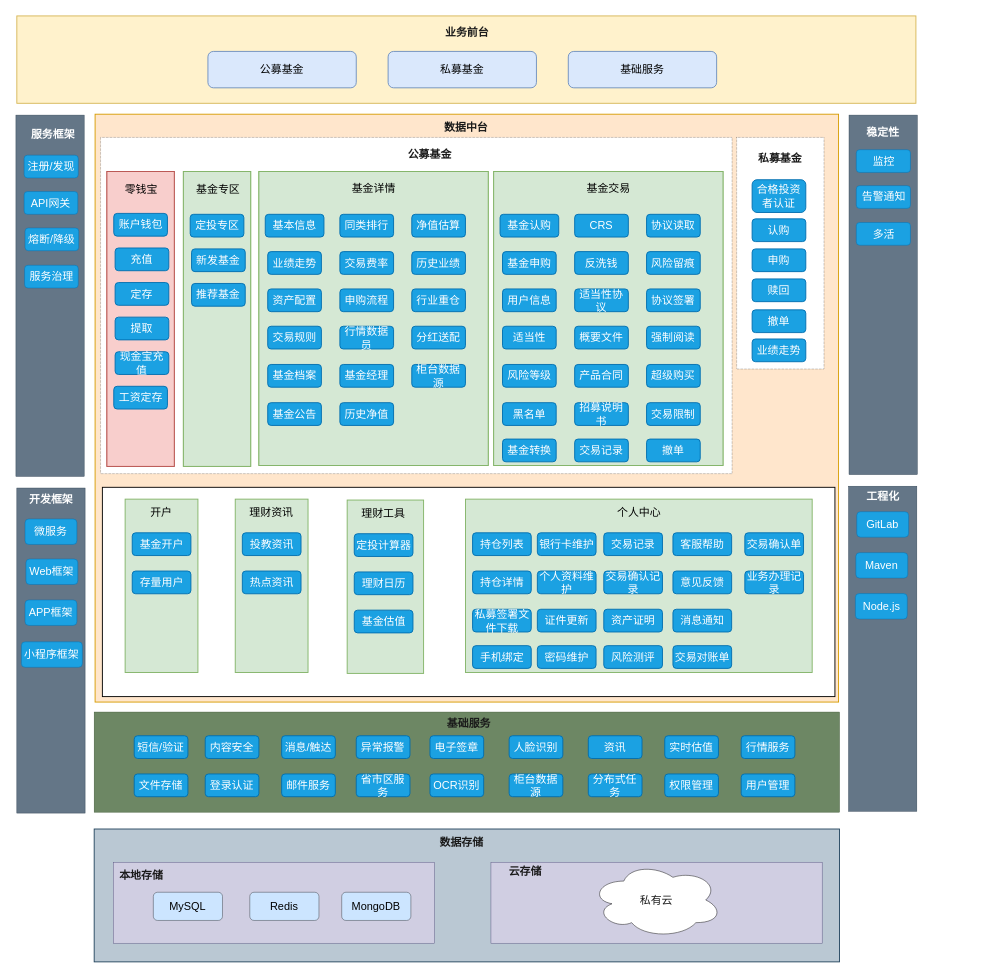
Earlier version of the draw.io diagram 微信财富公众号系统-总体架构.drawio (ammengke/my-drawio). Source tidied: cells renumbered, new cells numbered last; positions are measured from the earlier drawing's top-left corner, leaving out a move shared by most shapes. Both pictures are drawn from the tidied source at 91%, with x=0, y=0 at pixel (15, 15).
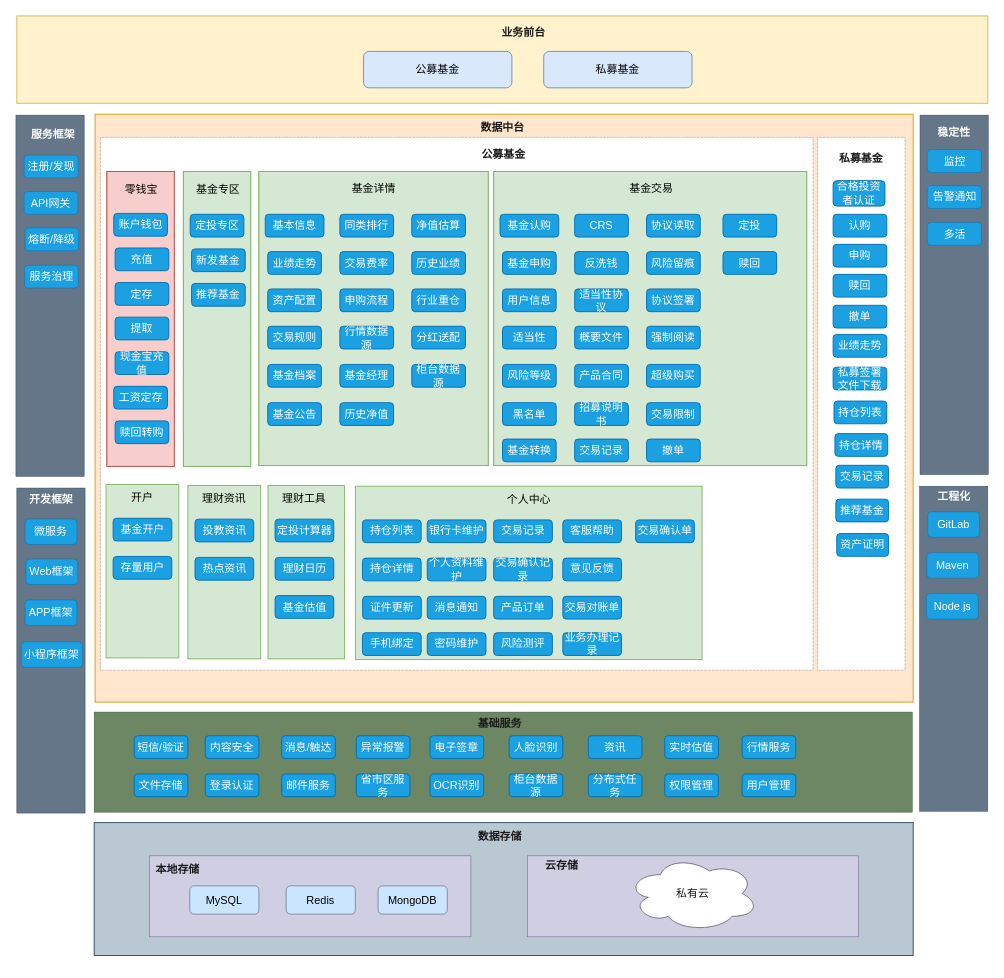
After the change.

Commit message:
更新微信财富公众号系统-总体架构.drawio

Unchanged cells that the change refers to:
```xml
<mxCell id="64" style="group;fillColor=#f8cecc;strokeColor=#b85450;" parent="1" vertex="1">
  <mxGeometry x="100" y="171" width="74" height="324" as="geometry" />
</mxCell>
<mxCell id="79" style="group;fillColor=#d5e8d4;strokeColor=#82b366;" parent="1" vertex="1">
  <mxGeometry x="267" y="171" width="252" height="323" as="geometry" />
</mxCell>
```

Change to the diagram source:
```diff
@@
     <mxCell id="2" style="rounded=0;whiteSpace=wrap;html=1;fillColor=#bac8d3;strokeColor=#23445d;" parent="1" vertex="1">
-      <mxGeometry x="86" y="893.5" width="819" height="146" as="geometry" />
+      <mxGeometry x="86" y="886.5" width="900" height="146" as="geometry" />
     </mxCell>
     <mxCell id="3" style="rounded=0;whiteSpace=wrap;html=1;fillColor=#fff2cc;strokeColor=#d6b656;" parent="1" vertex="1">
-      <mxGeometry x="1" width="988" height="96" as="geometry" />
+      <mxGeometry x="1" width="1067" height="96" as="geometry" />
     </mxCell>
     <mxCell id="4" value="公募基金" style="rounded=1;whiteSpace=wrap;html=1;fillColor=#dae8fc;strokeColor=#6c8ebf;" parent="1" vertex="1">
-      <mxGeometry x="211" y="39" width="163" height="40" as="geometry" />
+      <mxGeometry x="382" y="39" width="163" height="40" as="geometry" />
     </mxCell>
     <mxCell id="5" value="业务前台" style="text;html=1;strokeColor=none;fillColor=none;align=center;verticalAlign=middle;whiteSpace=wrap;rounded=0;fontStyle=1;fontColor=#1A1A1A;" parent="1" vertex="1">
-      <mxGeometry x="465.5" y="4" width="60" height="30" as="geometry" />
+      <mxGeometry x="527.5" y="4" width="60" height="30" as="geometry" />
     </mxCell>
     <mxCell id="6" style="rounded=0;whiteSpace=wrap;html=1;fillColor=#ffe6cc;strokeColor=#d79b00;" parent="1" vertex="1">
-      <mxGeometry x="87" y="108" width="817" height="646" as="geometry" />
+      <mxGeometry x="87" y="108" width="899" height="646" as="geometry" />
     </mxCell>
     <mxCell id="7" style="rounded=0;whiteSpace=wrap;html=1;fontColor=#1A1A1A;strokeColor=default;dashed=1;dashPattern=1 2;strokeWidth=0.5;" parent="1" vertex="1">
-      <mxGeometry x="93" y="133.5" width="694" height="369.5" as="geometry" />
+      <mxGeometry x="93" y="133.5" width="783" height="585.5" as="geometry" />
     </mxCell>
     <mxCell id="8" style="rounded=0;whiteSpace=wrap;html=1;fontColor=#1A1A1A;dashed=1;dashPattern=1 2;strokeWidth=0.5;" parent="1" vertex="1">
-      <mxGeometry x="792" y="133.5" width="96" height="254.5" as="geometry" />
+      <mxGeometry x="881" y="133.5" width="96" height="585.5" as="geometry" />
     </mxCell>
     <mxCell id="9" value="数据中台" style="text;html=1;strokeColor=none;fillColor=none;align=center;verticalAlign=middle;whiteSpace=wrap;rounded=0;dashed=1;dashPattern=1 2;fontColor=#1A1A1A;fontStyle=1;" parent="1" vertex="1">
-      <mxGeometry x="465" y="108" width="60" height="30" as="geometry" />
+      <mxGeometry x="505" y="108" width="60" height="30" as="geometry" />
     </mxCell>
     <mxCell id="10" value="公募基金" style="text;html=1;strokeColor=none;fillColor=none;align=center;verticalAlign=middle;whiteSpace=wrap;rounded=0;dashed=1;dashPattern=1 2;fontColor=#1A1A1A;fontStyle=1;" parent="1" vertex="1">
-      <mxGeometry x="425" y="138" width="60" height="30" as="geometry" />
+      <mxGeometry x="506" y="138" width="60" height="30" as="geometry" />
     </mxCell>
     <mxCell id="11" value="私募基金" style="text;html=1;strokeColor=none;fillColor=none;align=center;verticalAlign=middle;whiteSpace=wrap;rounded=0;dashed=1;dashPattern=1 2;fontColor=#1A1A1A;fontStyle=1;" parent="1" vertex="1">
-      <mxGeometry x="810" y="142" width="60" height="30" as="geometry" />
+      <mxGeometry x="899" y="142" width="60" height="30" as="geometry" />
     </mxCell>
     <mxCell id="12" value="合格投资者认证" style="text;html=1;strokeColor=#006EAF;fillColor=#1ba1e2;align=center;verticalAlign=middle;whiteSpace=wrap;rounded=1;fontColor=#ffffff;" parent="1" vertex="1">
-      <mxGeometry x="809" y="180" width="59" height="36" as="geometry" />
+      <mxGeometry x="898" y="181" width="57" height="28" as="geometry" />
     </mxCell>
@@
     <mxCell id="14" value="认购" style="text;html=1;strokeColor=#006EAF;fillColor=#1ba1e2;align=center;verticalAlign=middle;whiteSpace=wrap;rounded=1;fontColor=#ffffff;" parent="1" vertex="1">
-      <mxGeometry x="809" y="223" width="59" height="25" as="geometry" />
+      <mxGeometry x="898" y="218" width="59" height="25" as="geometry" />
     </mxCell>
     <mxCell id="15" value="申购" style="text;html=1;strokeColor=#006EAF;fillColor=#1ba1e2;align=center;verticalAlign=middle;whiteSpace=wrap;rounded=1;fontColor=#ffffff;" parent="1" vertex="1">
-      <mxGeometry x="809" y="256" width="59" height="25" as="geometry" />
+      <mxGeometry x="898" y="251" width="59" height="25" as="geometry" />
     </mxCell>
     <mxCell id="16" value="业绩走势" style="text;html=1;strokeColor=#006EAF;fillColor=#1ba1e2;align=center;verticalAlign=middle;whiteSpace=wrap;rounded=1;fontColor=#ffffff;" parent="1" vertex="1">
-      <mxGeometry x="809" y="355" width="59" height="25" as="geometry" />
+      <mxGeometry x="898" y="350" width="59" height="25" as="geometry" />
     </mxCell>
     <mxCell id="17" value="赎回" style="text;html=1;strokeColor=#006EAF;fillColor=#1ba1e2;align=center;verticalAlign=middle;whiteSpace=wrap;rounded=1;fontColor=#ffffff;" parent="1" vertex="1">
-      <mxGeometry x="809" y="289" width="59" height="25" as="geometry" />
+      <mxGeometry x="898" y="284" width="59" height="25" as="geometry" />
     </mxCell>
     <mxCell id="18" value="撤单" style="text;html=1;strokeColor=#006EAF;fillColor=#1ba1e2;align=center;verticalAlign=middle;whiteSpace=wrap;rounded=1;fontColor=#ffffff;" parent="1" vertex="1">
-      <mxGeometry x="809" y="323" width="59" height="25" as="geometry" />
+      <mxGeometry x="898" y="318" width="59" height="25" as="geometry" />
     </mxCell>
@@
     <mxCell id="25" style="rounded=0;whiteSpace=wrap;html=1;strokeColor=#314354;strokeWidth=0.5;fillColor=#647687;fontColor=#ffffff;" parent="1" vertex="1">
-      <mxGeometry x="915.5" y="109" width="75" height="395" as="geometry" />
+      <mxGeometry x="993.5" y="109" width="75" height="395" as="geometry" />
     </mxCell>
     <mxCell id="26" value="稳定性" style="text;html=1;align=center;verticalAlign=middle;whiteSpace=wrap;rounded=0;fontStyle=1;fontColor=#FFFFFF;" parent="1" vertex="1">
-      <mxGeometry x="923" y="113" width="60" height="30" as="geometry" />
+      <mxGeometry x="1001" y="113" width="60" height="30" as="geometry" />
     </mxCell>
     <mxCell id="27" value="监控" style="rounded=1;whiteSpace=wrap;html=1;fontColor=#ffffff;strokeColor=#006EAF;strokeWidth=0.5;fillColor=#1ba1e2;" parent="1" vertex="1">
-      <mxGeometry x="923.5" y="147" width="59.5" height="25" as="geometry" />
+      <mxGeometry x="1001.5" y="147" width="59.5" height="25" as="geometry" />
     </mxCell>
     <mxCell id="28" value="告警通知" style="rounded=1;whiteSpace=wrap;html=1;fontColor=#ffffff;strokeColor=#006EAF;strokeWidth=0.5;fillColor=#1ba1e2;" parent="1" vertex="1">
-      <mxGeometry x="923.5" y="186.5" width="59.5" height="25" as="geometry" />
+      <mxGeometry x="1001.5" y="186.5" width="59.5" height="25" as="geometry" />
     </mxCell>
     <mxCell id="29" value="多活" style="rounded=1;whiteSpace=wrap;html=1;fontColor=#ffffff;strokeColor=#006EAF;strokeWidth=0.5;fillColor=#1ba1e2;" parent="1" vertex="1">
-      <mxGeometry x="923.5" y="227" width="59.5" height="25" as="geometry" />
+      <mxGeometry x="1001.5" y="227" width="59.5" height="25" as="geometry" />
     </mxCell>
     <mxCell id="30" style="rounded=0;whiteSpace=wrap;html=1;fontColor=#ffffff;strokeColor=#3A5431;strokeWidth=0.5;fillColor=#6d8764;" parent="1" vertex="1">
-      <mxGeometry x="86" y="765" width="819" height="110" as="geometry" />
+      <mxGeometry x="86" y="765" width="899" height="110" as="geometry" />
     </mxCell>
     <mxCell id="31" value="基础服务" style="text;html=1;strokeColor=none;fillColor=none;align=center;verticalAlign=middle;whiteSpace=wrap;rounded=0;fontColor=#1A1A1A;fontStyle=1;" parent="1" vertex="1">
-      <mxGeometry x="467.5" y="763" width="60" height="30" as="geometry" />
+      <mxGeometry x="501.5" y="763" width="60" height="30" as="geometry" />
     </mxCell>
     <mxCell id="32" style="rounded=0;whiteSpace=wrap;html=1;strokeColor=#56517e;strokeWidth=0.5;fillColor=#d0cee2;" parent="1" vertex="1">
-      <mxGeometry x="107" y="930" width="353" height="89" as="geometry" />
+      <mxGeometry x="147" y="923" width="353" height="89" as="geometry" />
     </mxCell>
     <mxCell id="33" style="rounded=0;whiteSpace=wrap;html=1;strokeColor=#56517e;strokeWidth=0.5;fillColor=#d0cee2;" parent="1" vertex="1">
-      <mxGeometry x="522" y="930" width="364" height="89" as="geometry" />
+      <mxGeometry x="562" y="923" width="364" height="89" as="geometry" />
     </mxCell>
     <mxCell id="34" value="私有云" style="ellipse;shape=cloud;whiteSpace=wrap;html=1;fontColor=#1A1A1A;strokeColor=default;strokeWidth=0.5;" parent="1" vertex="1">
-      <mxGeometry x="632" y="930" width="144" height="83" as="geometry" />
+      <mxGeometry x="672" y="923" width="144" height="83" as="geometry" />
     </mxCell>
     <mxCell id="35" value="云存储" style="text;html=1;strokeColor=none;fillColor=none;align=center;verticalAlign=middle;whiteSpace=wrap;rounded=0;fontColor=#1A1A1A;fontStyle=1;" parent="1" vertex="1">
-      <mxGeometry x="530" y="926" width="60" height="30" as="geometry" />
+      <mxGeometry x="570" y="919" width="60" height="30" as="geometry" />
     </mxCell>
     <mxCell id="36" value="本地存储" style="text;html=1;strokeColor=none;fillColor=none;align=center;verticalAlign=middle;whiteSpace=wrap;rounded=0;fontColor=#1A1A1A;fontStyle=1;" parent="1" vertex="1">
-      <mxGeometry x="108" y="930" width="60" height="30" as="geometry" />
+      <mxGeometry x="148" y="923" width="60" height="30" as="geometry" />
     </mxCell>
     <mxCell id="37" value="MySQL" style="rounded=1;whiteSpace=wrap;html=1;strokeColor=#36393d;strokeWidth=0.5;fillColor=#cce5ff;" parent="1" vertex="1">
-      <mxGeometry x="151" y="963" width="76" height="31" as="geometry" />
+      <mxGeometry x="191" y="956" width="76" height="31" as="geometry" />
     </mxCell>
     <mxCell id="38" value="Redis" style="rounded=1;whiteSpace=wrap;html=1;strokeColor=#36393d;strokeWidth=0.5;fillColor=#cce5ff;" parent="1" vertex="1">
-      <mxGeometry x="257" y="963" width="76" height="31" as="geometry" />
+      <mxGeometry x="297" y="956" width="76" height="31" as="geometry" />
     </mxCell>
     <mxCell id="39" value="MongoDB" style="rounded=1;whiteSpace=wrap;html=1;strokeColor=#36393d;strokeWidth=0.5;fillColor=#cce5ff;" parent="1" vertex="1">
-      <mxGeometry x="358" y="963" width="76" height="31" as="geometry" />
+      <mxGeometry x="398" y="956" width="76" height="31" as="geometry" />
     </mxCell>
@@
     <mxCell id="41" style="rounded=0;whiteSpace=wrap;html=1;strokeColor=#314354;strokeWidth=0.5;fillColor=#647687;fontColor=#ffffff;" parent="1" vertex="1">
-      <mxGeometry x="915" y="516.8" width="75" height="357.2" as="geometry" />
+      <mxGeometry x="993" y="516.8" width="75" height="357.2" as="geometry" />
     </mxCell>
@@
     <mxCell id="47" value="工程化" style="text;html=1;align=center;verticalAlign=middle;whiteSpace=wrap;rounded=0;fontStyle=1;fontColor=#FFFFFF;" parent="1" vertex="1">
-      <mxGeometry x="923" y="512.8" width="60" height="30" as="geometry" />
+      <mxGeometry x="1001" y="512.8" width="60" height="30" as="geometry" />
     </mxCell>
     <mxCell id="48" value="GitLab" style="rounded=1;whiteSpace=wrap;html=1;fontColor=#ffffff;strokeColor=#006EAF;strokeWidth=0.5;fillColor=#1ba1e2;" parent="1" vertex="1">
-      <mxGeometry x="924" y="544.8" width="57" height="28" as="geometry" />
+      <mxGeometry x="1002" y="544.8" width="57" height="28" as="geometry" />
     </mxCell>
     <mxCell id="49" value="Maven" style="rounded=1;whiteSpace=wrap;html=1;fontColor=#ffffff;strokeColor=#006EAF;strokeWidth=0.5;fillColor=#1ba1e2;" parent="1" vertex="1">
-      <mxGeometry x="923" y="589.8" width="57" height="28" as="geometry" />
+      <mxGeometry x="1001" y="589.8" width="57" height="28" as="geometry" />
     </mxCell>
     <mxCell id="50" value="Node.js" style="rounded=1;whiteSpace=wrap;html=1;fontColor=#ffffff;strokeColor=#006EAF;strokeWidth=0.5;fillColor=#1ba1e2;" parent="1" vertex="1">
-      <mxGeometry x="922.5" y="634.8" width="57" height="28" as="geometry" />
+      <mxGeometry x="1000.5" y="634.8" width="57" height="28" as="geometry" />
     </mxCell>
@@
     <mxCell id="61" value="行情服务" style="text;html=1;strokeColor=#006EAF;fillColor=#1ba1e2;align=center;verticalAlign=middle;whiteSpace=wrap;rounded=1;fontColor=#ffffff;" parent="1" vertex="1">
-      <mxGeometry x="797" y="791" width="59" height="25" as="geometry" />
+      <mxGeometry x="798" y="791" width="59" height="25" as="geometry" />
     </mxCell>
@@
+    <mxCell id="169" value="赎回转购" style="text;html=1;strokeColor=#006EAF;fillColor=#1ba1e2;align=center;verticalAlign=middle;whiteSpace=wrap;rounded=1;fontColor=#ffffff;" parent="64" vertex="1">
+      <mxGeometry x="9" y="274" width="59" height="25" as="geometry" />
+    </mxCell>
@@
-    <mxCell id="91" value="行情数据员" style="text;html=1;strokeColor=#006EAF;fillColor=#1ba1e2;align=center;verticalAlign=middle;whiteSpace=wrap;rounded=1;fontColor=#ffffff;" parent="79" vertex="1">
+    <mxCell id="91" value="行情数据源" style="text;html=1;strokeColor=#006EAF;fillColor=#1ba1e2;align=center;verticalAlign=middle;whiteSpace=wrap;rounded=1;fontColor=#ffffff;" parent="79" vertex="1">
       <mxGeometry x="89" y="170" width="59" height="25" as="geometry" />
     </mxCell>
@@
     <mxCell id="99" style="group;fillColor=#d5e8d4;strokeColor=#82b366;" parent="1" vertex="1">
-      <mxGeometry x="525" y="171" width="252" height="323" as="geometry" />
+      <mxGeometry x="525" y="171" width="344" height="323" as="geometry" />
     </mxCell>
     <mxCell id="100" style="rounded=0;whiteSpace=wrap;html=1;fillColor=#d5e8d4;strokeColor=#82b366;" parent="99" vertex="1">
-      <mxGeometry width="252" height="323" as="geometry" />
+      <mxGeometry width="344" height="323" as="geometry" />
     </mxCell>
     <mxCell id="101" value="基金交易" style="text;html=1;strokeColor=none;fillColor=none;align=center;verticalAlign=middle;whiteSpace=wrap;rounded=0;" parent="99" vertex="1">
-      <mxGeometry x="71.6" y="4" width="108.7" height="30" as="geometry" />
+      <mxGeometry x="118.6" y="4" width="108.7" height="30" as="geometry" />
     </mxCell>
@@
-    <mxCell id="123" style="rounded=0;whiteSpace=wrap;html=1;" parent="1" vertex="1">
-      <mxGeometry x="95" y="518" width="805" height="230" as="geometry" />
-    </mxCell>
+    <mxCell id="170" value="定投" style="text;html=1;strokeColor=#006EAF;fillColor=#1ba1e2;align=center;verticalAlign=middle;whiteSpace=wrap;rounded=1;fontColor=#ffffff;" parent="99" vertex="1">
+      <mxGeometry x="252" y="47" width="59" height="25" as="geometry" />
+    </mxCell>
+    <mxCell id="171" value="赎回" style="text;html=1;strokeColor=#006EAF;fillColor=#1ba1e2;align=center;verticalAlign=middle;whiteSpace=wrap;rounded=1;fontColor=#ffffff;" parent="99" vertex="1">
+      <mxGeometry x="252" y="88" width="59" height="25" as="geometry" />
+    </mxCell>
     <mxCell id="124" style="group;" parent="1" vertex="1">
-      <mxGeometry x="120" y="531" width="80" height="190.5" as="geometry" />
+      <mxGeometry x="99" y="515" width="80" height="190.5" as="geometry" />
     </mxCell>
@@
     <mxCell id="129" style="group;" parent="1" vertex="1">
-      <mxGeometry x="241" y="531" width="80" height="190.5" as="geometry" />
+      <mxGeometry x="189" y="516" width="80" height="190.5" as="geometry" />
     </mxCell>
@@
     <mxCell id="134" style="group;" parent="1" vertex="1">
-      <mxGeometry x="364" y="532" width="84" height="190.5" as="geometry" />
+      <mxGeometry x="277" y="516" width="84" height="190.5" as="geometry" />
     </mxCell>
@@
     <mxCell id="140" style="group;" parent="1" vertex="1">
-      <mxGeometry x="494" y="531" width="381" height="190.5" as="geometry" />
+      <mxGeometry x="373" y="516.8" width="381" height="190.5" as="geometry" />
     </mxCell>
@@
-    <mxCell id="145" value="私募签署文件下载" style="text;html=1;strokeColor=#006EAF;fillColor=#1ba1e2;align=center;verticalAlign=middle;whiteSpace=wrap;rounded=1;fontColor=#ffffff;" parent="140" vertex="1">
-      <mxGeometry x="7.8" y="121" width="64.5" height="25" as="geometry" />
-    </mxCell>
@@
     <mxCell id="149" value="证件更新" style="text;html=1;strokeColor=#006EAF;fillColor=#1ba1e2;align=center;verticalAlign=middle;whiteSpace=wrap;rounded=1;fontColor=#ffffff;" parent="140" vertex="1">
-      <mxGeometry x="79" y="121" width="64.5" height="25" as="geometry" />
+      <mxGeometry x="8" y="121" width="64.5" height="25" as="geometry" />
     </mxCell>
@@
-    <mxCell id="153" value="资产证明" style="text;html=1;strokeColor=#006EAF;fillColor=#1ba1e2;align=center;verticalAlign=middle;whiteSpace=wrap;rounded=1;fontColor=#ffffff;" parent="140" vertex="1">
-      <mxGeometry x="152" y="121" width="64.5" height="25" as="geometry" />
-    </mxCell>
@@
     <mxCell id="157" value="消息通知" style="text;html=1;strokeColor=#006EAF;fillColor=#1ba1e2;align=center;verticalAlign=middle;whiteSpace=wrap;rounded=1;fontColor=#ffffff;" parent="140" vertex="1">
-      <mxGeometry x="228" y="121" width="64.5" height="25" as="geometry" />
+      <mxGeometry x="79" y="121" width="64.5" height="25" as="geometry" />
     </mxCell>
     <mxCell id="158" value="交易对账单" style="text;html=1;strokeColor=#006EAF;fillColor=#1ba1e2;align=center;verticalAlign=middle;whiteSpace=wrap;rounded=1;fontColor=#ffffff;" parent="140" vertex="1">
-      <mxGeometry x="228" y="161" width="64.5" height="25" as="geometry" />
+      <mxGeometry x="228" y="121" width="64.5" height="25" as="geometry" />
     </mxCell>
     <mxCell id="159" value="交易确认单" style="text;html=1;strokeColor=#006EAF;fillColor=#1ba1e2;align=center;verticalAlign=middle;whiteSpace=wrap;rounded=1;fontColor=#ffffff;" parent="140" vertex="1">
-      <mxGeometry x="307" y="37" width="64.5" height="25" as="geometry" />
+      <mxGeometry x="308" y="37" width="64.5" height="25" as="geometry" />
     </mxCell>
     <mxCell id="160" value="业务办理记录" style="text;html=1;strokeColor=#006EAF;fillColor=#1ba1e2;align=center;verticalAlign=middle;whiteSpace=wrap;rounded=1;fontColor=#ffffff;" parent="140" vertex="1">
-      <mxGeometry x="307" y="79" width="64.5" height="25" as="geometry" />
+      <mxGeometry x="228" y="161" width="64.5" height="25" as="geometry" />
     </mxCell>
+    <mxCell id="172" value="产品订单" style="text;html=1;strokeColor=#006EAF;fillColor=#1ba1e2;align=center;verticalAlign=middle;whiteSpace=wrap;rounded=1;fontColor=#ffffff;" parent="140" vertex="1">
+      <mxGeometry x="152" y="121" width="64.5" height="25" as="geometry" />
+    </mxCell>
@@
     <mxCell id="165" value="用户管理" style="text;html=1;strokeColor=#006EAF;fillColor=#1ba1e2;align=center;verticalAlign=middle;whiteSpace=wrap;rounded=1;fontColor=#ffffff;" parent="1" vertex="1">
-      <mxGeometry x="797" y="833" width="59" height="25" as="geometry" />
+      <mxGeometry x="798" y="833" width="59" height="25" as="geometry" />
     </mxCell>
     <mxCell id="166" value="私募基金" style="rounded=1;whiteSpace=wrap;html=1;fillColor=#dae8fc;strokeColor=#6c8ebf;" parent="1" vertex="1">
-      <mxGeometry x="409" y="39" width="163" height="40" as="geometry" />
+      <mxGeometry x="580" y="39" width="163" height="40" as="geometry" />
     </mxCell>
-    <mxCell id="167" value="基础服务" style="rounded=1;whiteSpace=wrap;html=1;fillColor=#dae8fc;strokeColor=#6c8ebf;" parent="1" vertex="1">
-      <mxGeometry x="607" y="39" width="163" height="40" as="geometry" />
-    </mxCell>
     <mxCell id="168" value="数据存储" style="text;html=1;strokeColor=none;fillColor=none;align=center;verticalAlign=middle;whiteSpace=wrap;rounded=0;fontColor=#1A1A1A;fontStyle=1;" parent="1" vertex="1">
-      <mxGeometry x="460" y="893.5" width="60" height="30" as="geometry" />
+      <mxGeometry x="502" y="886.5" width="60" height="30" as="geometry" />
     </mxCell>
+    <mxCell id="145" value="私募签署文件下载" style="text;html=1;strokeColor=#006EAF;fillColor=#1ba1e2;align=center;verticalAlign=middle;whiteSpace=wrap;rounded=1;fontColor=#ffffff;" parent="1" vertex="1">
+      <mxGeometry x="898" y="386" width="59" height="25" as="geometry" />
+    </mxCell>
+    <mxCell id="173" value="持仓列表" style="text;html=1;strokeColor=#006EAF;fillColor=#1ba1e2;align=center;verticalAlign=middle;whiteSpace=wrap;rounded=1;fontColor=#ffffff;" parent="1" vertex="1">
+      <mxGeometry x="899" y="423.2" width="58" height="25" as="geometry" />
+    </mxCell>
+    <mxCell id="174" value="持仓详情" style="text;html=1;strokeColor=#006EAF;fillColor=#1ba1e2;align=center;verticalAlign=middle;whiteSpace=wrap;rounded=1;fontColor=#ffffff;" parent="1" vertex="1">
+      <mxGeometry x="900" y="459" width="58" height="25" as="geometry" />
+    </mxCell>
+    <mxCell id="175" value="交易记录" style="text;html=1;strokeColor=#006EAF;fillColor=#1ba1e2;align=center;verticalAlign=middle;whiteSpace=wrap;rounded=1;fontColor=#ffffff;" parent="1" vertex="1">
+      <mxGeometry x="901" y="493.8" width="58" height="25" as="geometry" />
+    </mxCell>
+    <mxCell id="176" value="推荐基金" style="text;html=1;strokeColor=#006EAF;fillColor=#1ba1e2;align=center;verticalAlign=middle;whiteSpace=wrap;rounded=1;fontColor=#ffffff;" parent="1" vertex="1">
+      <mxGeometry x="901" y="531" width="58" height="25" as="geometry" />
+    </mxCell>
+    <mxCell id="153" value="资产证明" style="text;html=1;strokeColor=#006EAF;fillColor=#1ba1e2;align=center;verticalAlign=middle;whiteSpace=wrap;rounded=1;fontColor=#ffffff;" parent="1" vertex="1">
+      <mxGeometry x="902" y="568.8" width="57" height="25" as="geometry" />
+    </mxCell>
```
